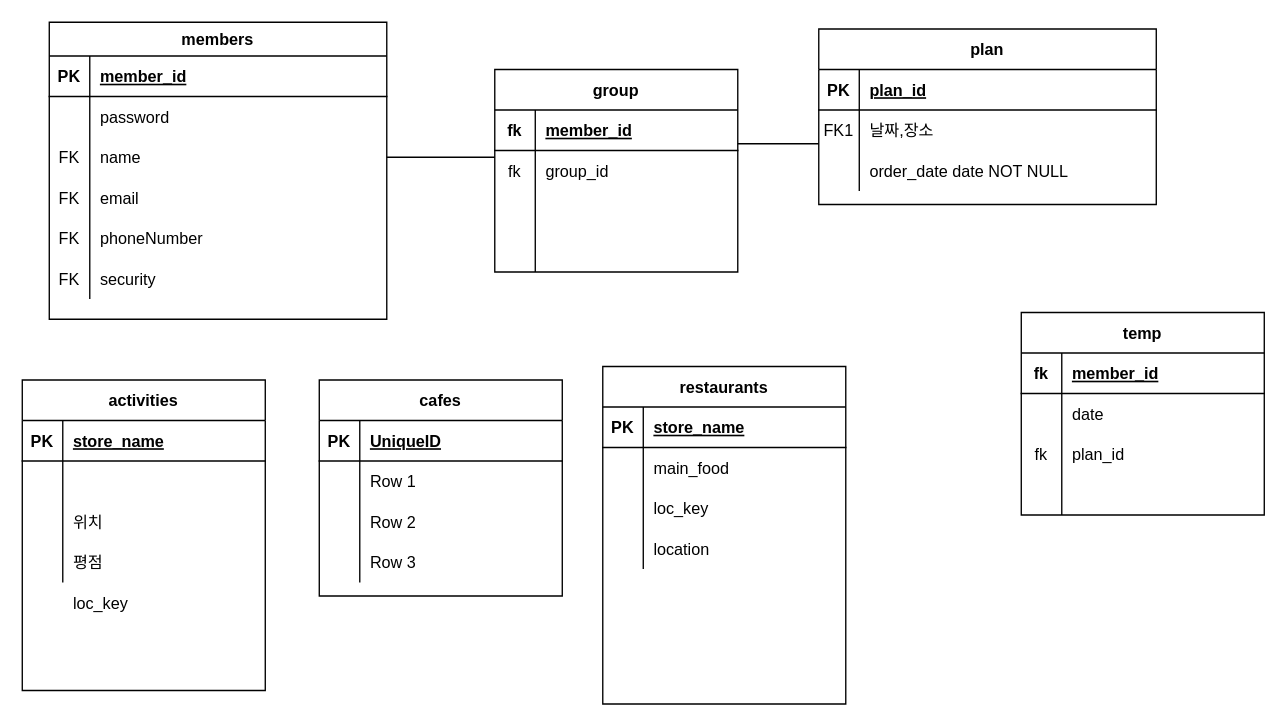
Earlier version of the draw.io diagram Untitled Diagram.drawio (e-juhee/makeaplanWeb). Source tidied: cells renumbered, new cells numbered last; positions are measured from the earlier drawing's top-left corner, leaving out a move shared by most shapes. Both pictures are drawn from the tidied source at 135%, with x=0, y=0 at pixel (22, 22).
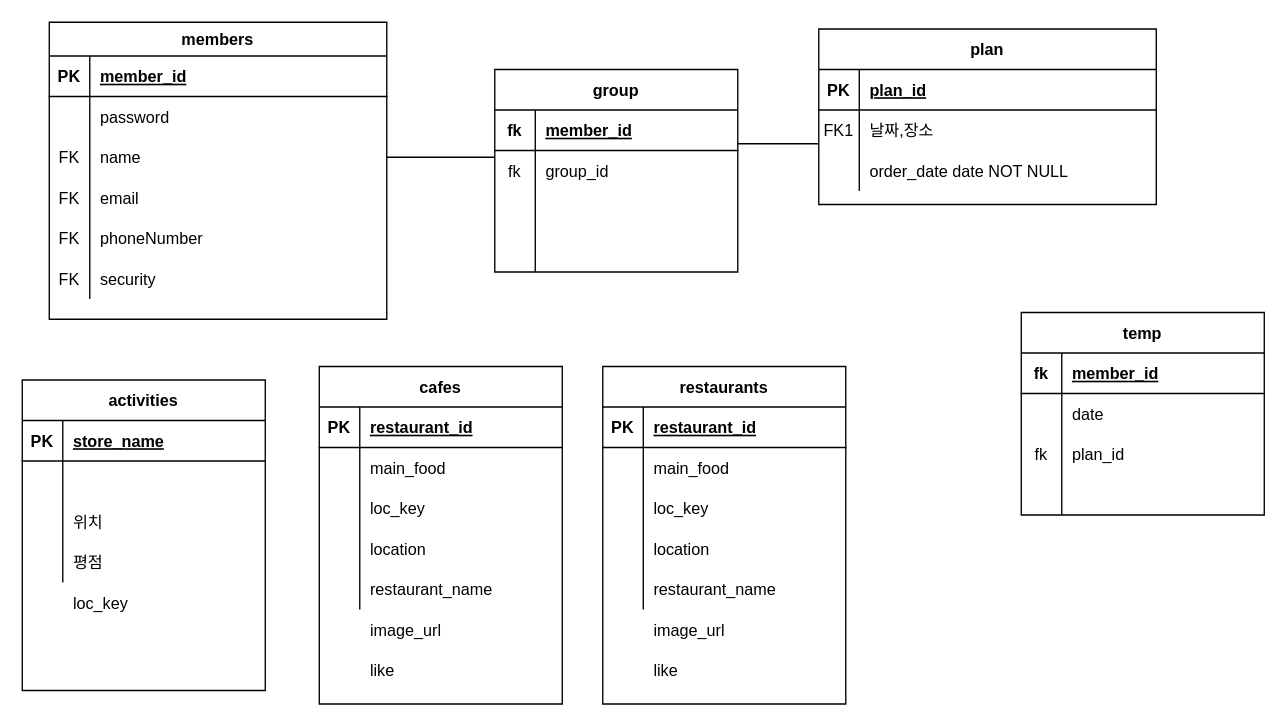
The same page after the edit.

The change refers to these unchanged cells:
```xml
<mxCell id="85" value="restaurants" style="shape=table;startSize=30;childLayout=tableLayout;rowLines=0;fontStyle=1;align=center;" parent="1" vertex="1">
  <mxGeometry x="430" y="255" width="180" height="250" as="geometry" />
</mxCell>
<mxCell id="86" style="shape=partialRectangle;fillColor=none;top=0;left=0;bottom=1;right=0;" parent="85" vertex="1">
  <mxGeometry y="30" width="180" height="30" as="geometry" />
</mxCell>
```

Change to the diagram source:
```diff
@@
-    <mxCell id="72" value="cafes" style="shape=table;startSize=30;childLayout=tableLayout;rowLines=0;fontStyle=1;align=center;" parent="1" vertex="1">
-      <mxGeometry x="220" y="265" width="180" height="160" as="geometry" />
-    </mxCell>
-    <mxCell id="73" style="shape=partialRectangle;fillColor=none;top=0;left=0;bottom=1;right=0;" parent="72" vertex="1">
-      <mxGeometry y="30" width="180" height="30" as="geometry" />
-    </mxCell>
-    <mxCell id="74" value="PK" style="shape=partialRectangle;fillColor=none;top=0;left=0;bottom=0;right=0;fontStyle=1;overflow=hidden;" parent="73" vertex="1">
-      <mxGeometry width="30" height="30" as="geometry" />
-    </mxCell>
-    <mxCell id="75" value="UniqueID" style="shape=partialRectangle;fillColor=none;top=0;left=0;bottom=0;right=0;align=left;spacingLeft=6;fontStyle=5;overflow=hidden;" parent="73" vertex="1">
-      <mxGeometry x="30" width="150" height="30" as="geometry" />
-    </mxCell>
-    <mxCell id="76" style="shape=partialRectangle;fillColor=none;top=0;left=0;bottom=0;right=0;" parent="72" vertex="1">
-      <mxGeometry y="60" width="180" height="30" as="geometry" />
-    </mxCell>
-    <mxCell id="77" style="shape=partialRectangle;fillColor=none;top=0;left=0;bottom=0;right=0;overflow=hidden;" parent="76" vertex="1">
-      <mxGeometry width="30" height="30" as="geometry" />
-    </mxCell>
-    <mxCell id="78" value="Row 1" style="shape=partialRectangle;fillColor=none;top=0;left=0;bottom=0;right=0;align=left;spacingLeft=6;overflow=hidden;" parent="76" vertex="1">
-      <mxGeometry x="30" width="150" height="30" as="geometry" />
-    </mxCell>
-    <mxCell id="79" style="shape=partialRectangle;fillColor=none;top=0;left=0;bottom=0;right=0;" parent="72" vertex="1">
-      <mxGeometry y="90" width="180" height="30" as="geometry" />
-    </mxCell>
-    <mxCell id="80" style="shape=partialRectangle;fillColor=none;top=0;left=0;bottom=0;right=0;overflow=hidden;" parent="79" vertex="1">
-      <mxGeometry width="30" height="30" as="geometry" />
-    </mxCell>
-    <mxCell id="81" value="Row 2" style="shape=partialRectangle;fillColor=none;top=0;left=0;bottom=0;right=0;align=left;spacingLeft=6;overflow=hidden;" parent="79" vertex="1">
-      <mxGeometry x="30" width="150" height="30" as="geometry" />
-    </mxCell>
-    <mxCell id="82" style="shape=partialRectangle;fillColor=none;top=0;left=0;bottom=0;right=0;" parent="72" vertex="1">
-      <mxGeometry y="120" width="180" height="30" as="geometry" />
-    </mxCell>
-    <mxCell id="83" style="shape=partialRectangle;fillColor=none;top=0;left=0;bottom=0;right=0;overflow=hidden;" parent="82" vertex="1">
-      <mxGeometry width="30" height="30" as="geometry" />
-    </mxCell>
-    <mxCell id="84" value="Row 3" style="shape=partialRectangle;fillColor=none;top=0;left=0;bottom=0;right=0;align=left;spacingLeft=6;overflow=hidden;" parent="82" vertex="1">
-      <mxGeometry x="30" width="150" height="30" as="geometry" />
-    </mxCell>
@@
-    <mxCell id="88" value="store_name" style="shape=partialRectangle;fillColor=none;top=0;left=0;bottom=0;right=0;align=left;spacingLeft=6;fontStyle=5;overflow=hidden;" parent="86" vertex="1">
+    <mxCell id="88" value="restaurant_id" style="shape=partialRectangle;fillColor=none;top=0;left=0;bottom=0;right=0;align=left;spacingLeft=6;fontStyle=5;overflow=hidden;" parent="86" vertex="1">
       <mxGeometry x="30" width="150" height="30" as="geometry" />
     </mxCell>
@@
+    <mxCell id="99" style="shape=partialRectangle;fillColor=none;top=0;left=0;bottom=0;right=0;" parent="85" vertex="1">
+      <mxGeometry y="150" width="180" height="30" as="geometry" />
+    </mxCell>
+    <mxCell id="100" style="shape=partialRectangle;fillColor=none;top=0;left=0;bottom=0;right=0;fontStyle=0;overflow=hidden;" parent="99" vertex="1">
+      <mxGeometry width="30" height="30" as="geometry" />
+    </mxCell>
+    <mxCell id="101" value="restaurant_name" style="shape=partialRectangle;fillColor=none;top=0;left=0;bottom=0;right=0;align=left;spacingLeft=6;fontStyle=0;overflow=hidden;" parent="99" vertex="1">
+      <mxGeometry x="30" width="150" height="30" as="geometry" />
+    </mxCell>
@@
+    <mxCell id="102" style="shape=partialRectangle;fillColor=none;top=0;left=0;bottom=0;right=0;" parent="1" vertex="1">
+      <mxGeometry x="430" y="465" width="180" height="30" as="geometry" />
+    </mxCell>
+    <mxCell id="103" style="shape=partialRectangle;fillColor=none;top=0;left=0;bottom=0;right=0;overflow=hidden;" parent="102" vertex="1">
+      <mxGeometry width="30" height="30" as="geometry" />
+    </mxCell>
+    <mxCell id="104" value="like" style="shape=partialRectangle;fillColor=none;top=0;left=0;bottom=0;right=0;align=left;spacingLeft=6;overflow=hidden;" parent="102" vertex="1">
+      <mxGeometry x="30" width="150" height="30" as="geometry" />
+    </mxCell>
+    <mxCell id="105" style="shape=partialRectangle;fillColor=none;top=0;left=0;bottom=0;right=0;" parent="1" vertex="1">
+      <mxGeometry x="430" y="435" width="180" height="30" as="geometry" />
+    </mxCell>
+    <mxCell id="106" style="shape=partialRectangle;fillColor=none;top=0;left=0;bottom=0;right=0;overflow=hidden;" parent="105" vertex="1">
+      <mxGeometry width="30" height="30" as="geometry" />
+    </mxCell>
+    <mxCell id="107" value="image_url" style="shape=partialRectangle;fillColor=none;top=0;left=0;bottom=0;right=0;align=left;spacingLeft=6;overflow=hidden;" parent="105" vertex="1">
+      <mxGeometry x="30" width="150" height="30" as="geometry" />
+    </mxCell>
+    <mxCell id="72" value="cafes" style="shape=table;startSize=30;childLayout=tableLayout;rowLines=0;fontStyle=1;align=center;" parent="1" vertex="1">
+      <mxGeometry x="220" y="255" width="180" height="250" as="geometry" />
+    </mxCell>
+    <mxCell id="73" style="shape=partialRectangle;fillColor=none;top=0;left=0;bottom=1;right=0;" parent="72" vertex="1">
+      <mxGeometry y="30" width="180" height="30" as="geometry" />
+    </mxCell>
+    <mxCell id="74" value="PK" style="shape=partialRectangle;fillColor=none;top=0;left=0;bottom=0;right=0;fontStyle=1;overflow=hidden;" parent="73" vertex="1">
+      <mxGeometry width="30" height="30" as="geometry" />
+    </mxCell>
+    <mxCell id="108" value="restaurant_id" style="shape=partialRectangle;fillColor=none;top=0;left=0;bottom=0;right=0;align=left;spacingLeft=6;fontStyle=5;overflow=hidden;" parent="73" vertex="1">
+      <mxGeometry x="30" width="150" height="30" as="geometry" />
+    </mxCell>
+    <mxCell id="76" style="shape=partialRectangle;fillColor=none;top=0;left=0;bottom=0;right=0;" parent="72" vertex="1">
+      <mxGeometry y="60" width="180" height="30" as="geometry" />
+    </mxCell>
+    <mxCell id="109" style="shape=partialRectangle;fillColor=none;top=0;left=0;bottom=0;right=0;overflow=hidden;" parent="76" vertex="1">
+      <mxGeometry width="30" height="30" as="geometry" />
+    </mxCell>
+    <mxCell id="110" value="main_food" style="shape=partialRectangle;fillColor=none;top=0;left=0;bottom=0;right=0;align=left;spacingLeft=6;overflow=hidden;" parent="76" vertex="1">
+      <mxGeometry x="30" width="150" height="30" as="geometry" />
+    </mxCell>
+    <mxCell id="79" style="shape=partialRectangle;fillColor=none;top=0;left=0;bottom=0;right=0;" parent="72" vertex="1">
+      <mxGeometry y="90" width="180" height="30" as="geometry" />
+    </mxCell>
+    <mxCell id="111" style="shape=partialRectangle;fillColor=none;top=0;left=0;bottom=0;right=0;overflow=hidden;" parent="79" vertex="1">
+      <mxGeometry width="30" height="30" as="geometry" />
+    </mxCell>
+    <mxCell id="112" value="loc_key" style="shape=partialRectangle;fillColor=none;top=0;left=0;bottom=0;right=0;align=left;spacingLeft=6;overflow=hidden;" parent="79" vertex="1">
+      <mxGeometry x="30" width="150" height="30" as="geometry" />
+    </mxCell>
+    <mxCell id="82" style="shape=partialRectangle;fillColor=none;top=0;left=0;bottom=0;right=0;" parent="72" vertex="1">
+      <mxGeometry y="120" width="180" height="30" as="geometry" />
+    </mxCell>
+    <mxCell id="113" style="shape=partialRectangle;fillColor=none;top=0;left=0;bottom=0;right=0;overflow=hidden;" parent="82" vertex="1">
+      <mxGeometry width="30" height="30" as="geometry" />
+    </mxCell>
+    <mxCell id="114" value="location" style="shape=partialRectangle;fillColor=none;top=0;left=0;bottom=0;right=0;align=left;spacingLeft=6;overflow=hidden;" parent="82" vertex="1">
+      <mxGeometry x="30" width="150" height="30" as="geometry" />
+    </mxCell>
+    <mxCell id="115" style="shape=partialRectangle;fillColor=none;top=0;left=0;bottom=0;right=0;" parent="72" vertex="1">
+      <mxGeometry y="150" width="180" height="30" as="geometry" />
+    </mxCell>
+    <mxCell id="116" style="shape=partialRectangle;fillColor=none;top=0;left=0;bottom=0;right=0;fontStyle=0;overflow=hidden;" parent="115" vertex="1">
+      <mxGeometry width="30" height="30" as="geometry" />
+    </mxCell>
+    <mxCell id="117" value="restaurant_name" style="shape=partialRectangle;fillColor=none;top=0;left=0;bottom=0;right=0;align=left;spacingLeft=6;fontStyle=0;overflow=hidden;" parent="115" vertex="1">
+      <mxGeometry x="30" width="150" height="30" as="geometry" />
+    </mxCell>
+    <mxCell id="118" style="shape=partialRectangle;fillColor=none;top=0;left=0;bottom=0;right=0;" parent="1" vertex="1">
+      <mxGeometry x="220" y="435" width="180" height="30" as="geometry" />
+    </mxCell>
+    <mxCell id="119" style="shape=partialRectangle;fillColor=none;top=0;left=0;bottom=0;right=0;overflow=hidden;" parent="118" vertex="1">
+      <mxGeometry width="30" height="30" as="geometry" />
+    </mxCell>
+    <mxCell id="120" value="image_url" style="shape=partialRectangle;fillColor=none;top=0;left=0;bottom=0;right=0;align=left;spacingLeft=6;overflow=hidden;" parent="118" vertex="1">
+      <mxGeometry x="30" width="150" height="30" as="geometry" />
+    </mxCell>
+    <mxCell id="121" style="shape=partialRectangle;fillColor=none;top=0;left=0;bottom=0;right=0;" parent="1" vertex="1">
+      <mxGeometry x="220" y="465" width="180" height="30" as="geometry" />
+    </mxCell>
+    <mxCell id="122" style="shape=partialRectangle;fillColor=none;top=0;left=0;bottom=0;right=0;overflow=hidden;" parent="121" vertex="1">
+      <mxGeometry width="30" height="30" as="geometry" />
+    </mxCell>
+    <mxCell id="123" value="like" style="shape=partialRectangle;fillColor=none;top=0;left=0;bottom=0;right=0;align=left;spacingLeft=6;overflow=hidden;" parent="121" vertex="1">
+      <mxGeometry x="30" width="150" height="30" as="geometry" />
+    </mxCell>
```
